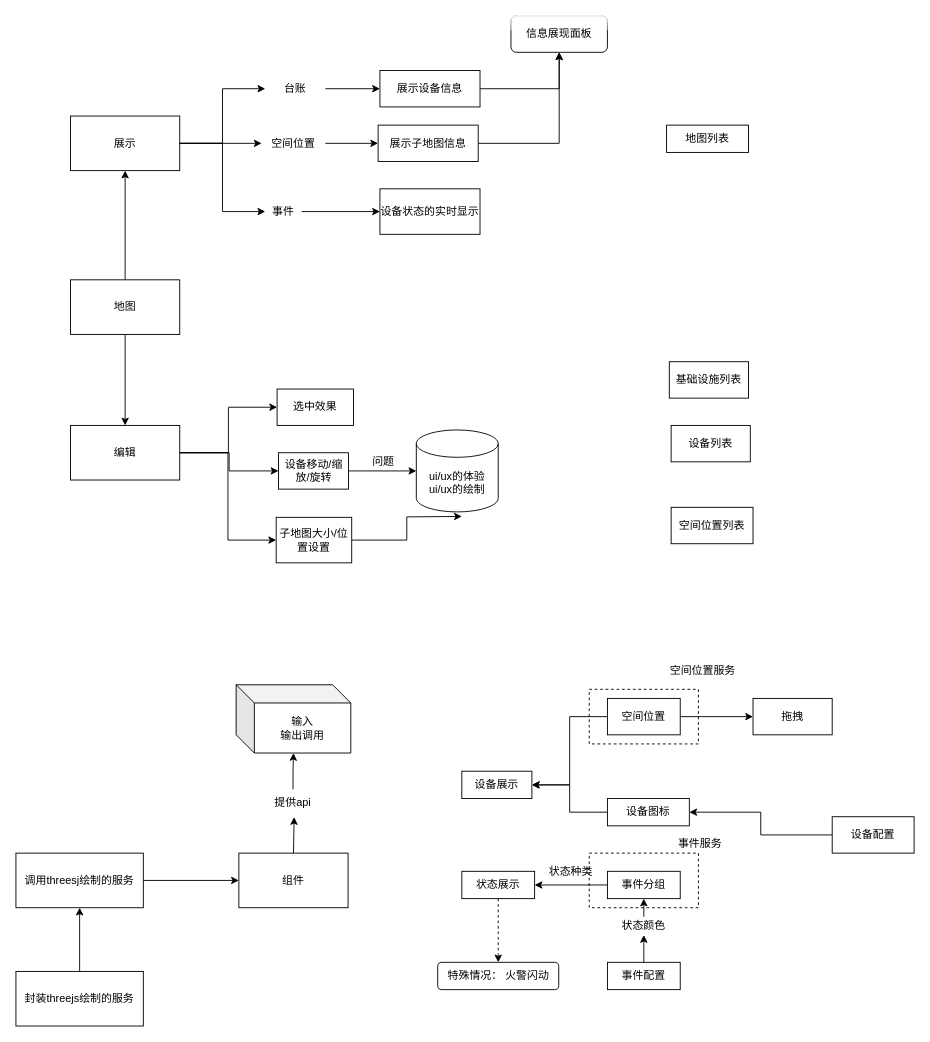
This is map.drawio from shnuXjt/learn, a draw.io file, before an edit. Source tidied: cells renumbered, new cells numbered last; positions are measured from the earlier drawing's top-left corner, leaving out a move shared by most shapes. Both pictures are drawn from the tidied source at 91%, with x=0, y=0 at pixel (15, 15).
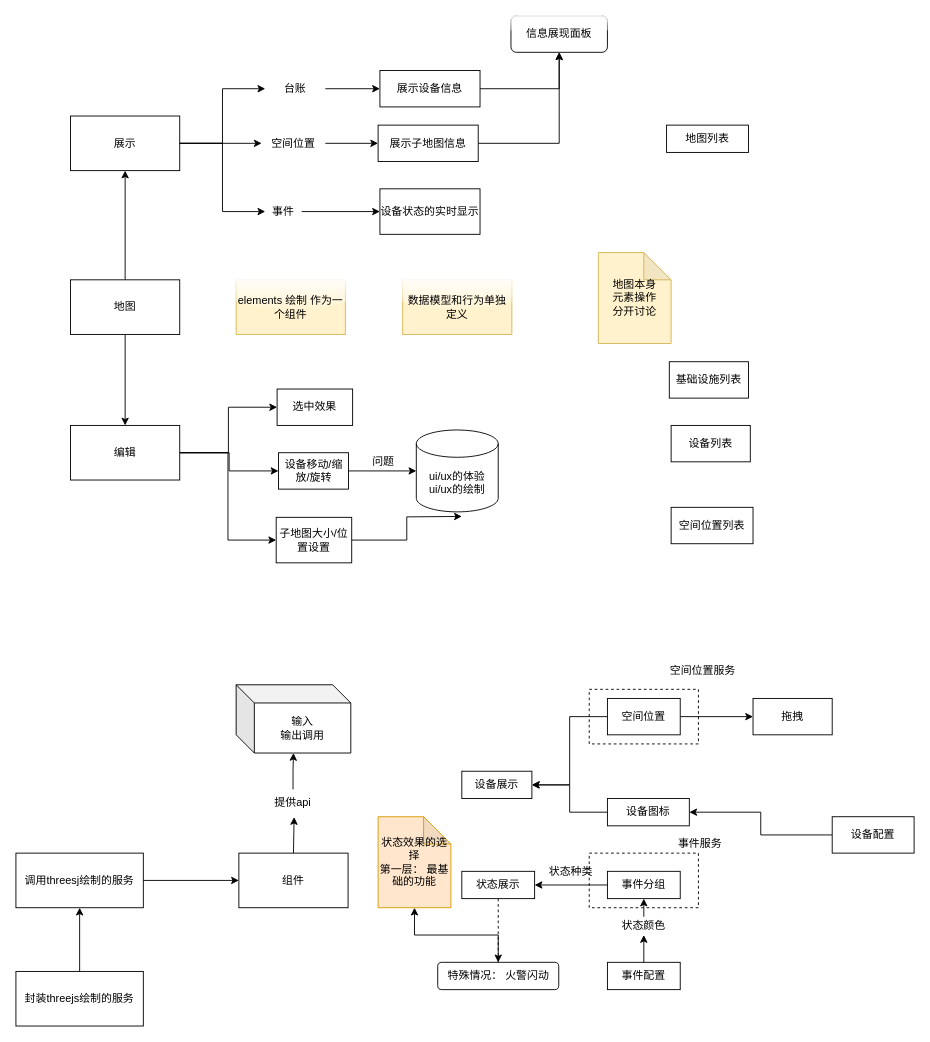
Above is the later version.

Unchanged cells that the change refers to:
```xml
<mxCell id="43" value="特殊情况： 火警闪动" style="rounded=1;whiteSpace=wrap;html=1;" parent="1" vertex="1">
  <mxGeometry x="463.5" y="1040" width="133" height="30" as="geometry" />
</mxCell>
```

Change to the diagram source:
```diff
@@
     <mxCell id="19" value="选中效果" style="rounded=0;whiteSpace=wrap;html=1;" parent="1" vertex="1">
-      <mxGeometry x="287" y="410" width="84" height="40" as="geometry" />
+      <mxGeometry x="287" y="410" width="83" height="40" as="geometry" />
     </mxCell>
@@
+    <mxCell id="68" style="edgeStyle=orthogonalEdgeStyle;rounded=0;sketch=0;jettySize=auto;html=1;entryX=0.5;entryY=1;entryDx=0;entryDy=0;entryPerimeter=0;shadow=0;" parent="1" edge="1" source="43" target="69">
+      <mxGeometry relative="1" as="geometry" />
+    </mxCell>
@@
+    <mxCell id="69" value="状态效果的选择&lt;br&gt;第一层： 最基础的功能" style="shape=note;whiteSpace=wrap;html=1;backgroundOutline=1;darkOpacity=0.05;rounded=1;glass=1;fillColor=#ffe6cc;strokeColor=#d79b00;" parent="1" vertex="1">
+      <mxGeometry x="398" y="880" width="80" height="100" as="geometry" />
+    </mxCell>
+    <mxCell id="70" value="elements 绘制 作为一个组件" style="rounded=0;whiteSpace=wrap;html=1;glass=1;fillColor=#fff2cc;strokeColor=#d6b656;" parent="1" vertex="1">
+      <mxGeometry x="242" y="290" width="120" height="60" as="geometry" />
+    </mxCell>
+    <mxCell id="71" value="数据模型和行为单独定义" style="rounded=0;whiteSpace=wrap;html=1;glass=1;fillColor=#fff2cc;strokeColor=#d6b656;" parent="1" vertex="1">
+      <mxGeometry x="425" y="290" width="120" height="60" as="geometry" />
+    </mxCell>
+    <mxCell id="72" value="地图本身&lt;br&gt;元素操作&lt;br&gt;分开讨论" style="shape=note;whiteSpace=wrap;html=1;backgroundOutline=1;darkOpacity=0.05;rounded=1;glass=1;fillColor=#fff2cc;strokeColor=#d6b656;" parent="1" vertex="1">
+      <mxGeometry x="640" y="260" width="80" height="100" as="geometry" />
+    </mxCell>
```
